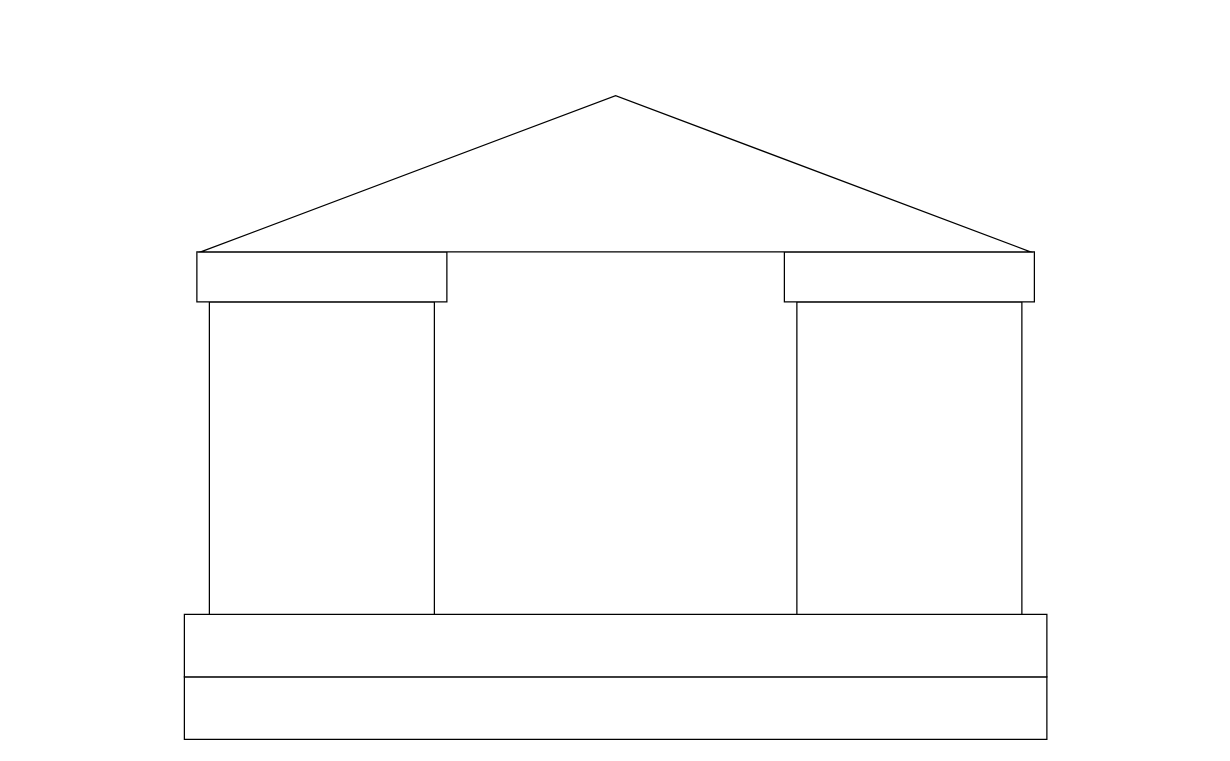
Before: House diagram.drawio in ariesharry/Diagrams, a draw.io diagram. Source tidied: cells renumbered, new cells numbered last; positions are measured from the earlier drawing's top-left corner, leaving out a move shared by most shapes. Both pictures are drawn from the tidied source at 125%, with x=0, y=0 at pixel (184, -241).
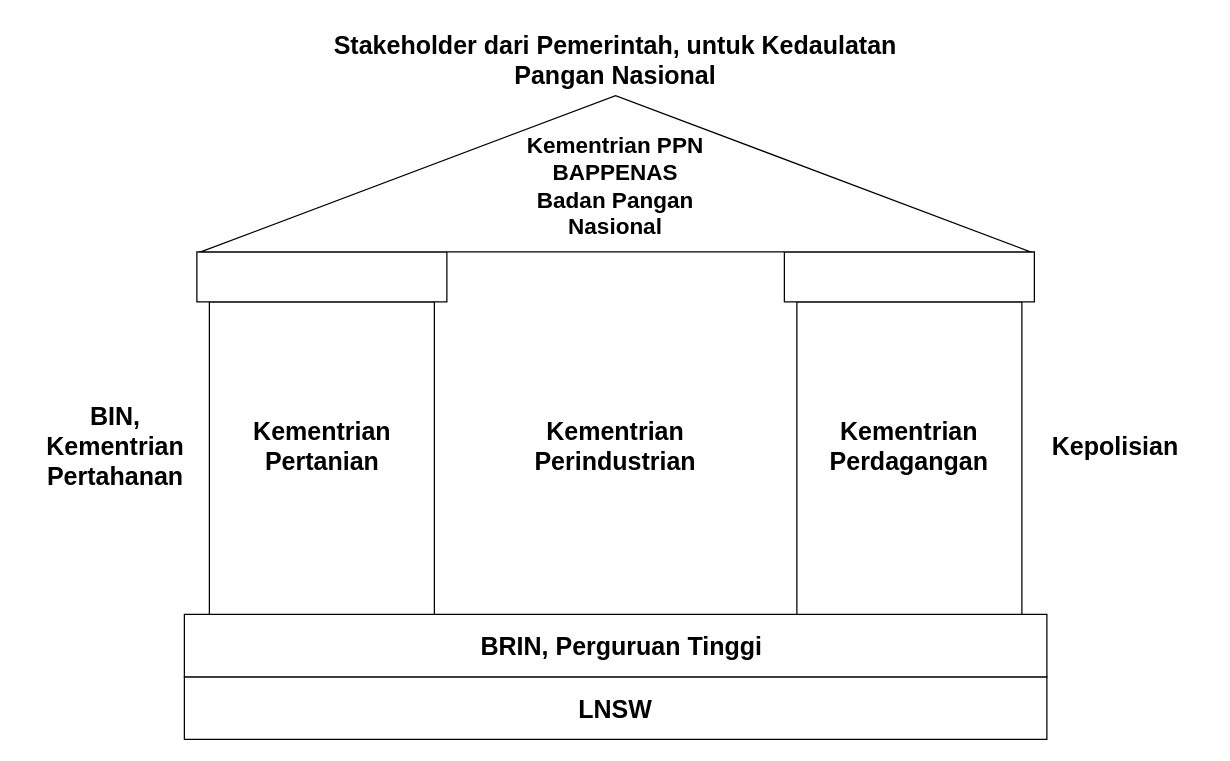
After the change.

The edit, as a diff of the source:
```diff
@@
 <mxGraphModel>
   <root>
     <mxCell id="0" />
     <mxCell id="1" parent="0" />
     <mxCell id="2" style="rounded=0;whiteSpace=wrap;html=1;" parent="1" vertex="1">
       <mxGeometry y="734" width="690" height="50" as="geometry" />
     </mxCell>
     <mxCell id="3" style="rounded=0;whiteSpace=wrap;html=1;" parent="1" vertex="1">
       <mxGeometry y="684" width="690" height="50" as="geometry" />
     </mxCell>
     <mxCell id="4" style="rounded=0;whiteSpace=wrap;html=1;" parent="1" vertex="1">
       <mxGeometry x="20" y="434" width="180" height="250" as="geometry" />
     </mxCell>
     <mxCell id="5" style="rounded=0;whiteSpace=wrap;html=1;" parent="1" vertex="1">
       <mxGeometry x="10" y="394" width="200" height="40" as="geometry" />
     </mxCell>
     <mxCell id="6" style="rounded=0;whiteSpace=wrap;html=1;" parent="1" vertex="1">
       <mxGeometry x="490" y="434" width="180" height="250" as="geometry" />
     </mxCell>
     <mxCell id="7" style="rounded=0;whiteSpace=wrap;html=1;" parent="1" vertex="1">
       <mxGeometry x="480" y="394" width="200" height="40" as="geometry" />
     </mxCell>
     <mxCell id="8" style="triangle;whiteSpace=wrap;html=1;rotation=-90;" parent="1" vertex="1">
       <mxGeometry x="282.5" y="-0.4" width="125" height="663.8" as="geometry" />
     </mxCell>
+    <mxCell id="9" value="BRIN, Perguruan Tinggi" style="text;html=1;strokeColor=none;fillColor=none;align=center;verticalAlign=middle;whiteSpace=wrap;rounded=0;fontStyle=1;fontSize=20;" parent="1" vertex="1">
+      <mxGeometry x="200" y="694" width="300" height="30" as="geometry" />
+    </mxCell>
+    <mxCell id="10" value="LNSW" style="text;html=1;strokeColor=none;fillColor=none;align=center;verticalAlign=middle;whiteSpace=wrap;rounded=0;fontStyle=1;fontSize=20;" parent="1" vertex="1">
+      <mxGeometry x="270" y="744" width="150" height="30" as="geometry" />
+    </mxCell>
+    <mxCell id="11" value="Kementrian PPN&lt;br style=&quot;font-size: 18px;&quot;&gt;BAPPENAS&lt;br style=&quot;font-size: 18px;&quot;&gt;Badan Pangan Nasional" style="text;html=1;strokeColor=none;fillColor=none;align=center;verticalAlign=middle;whiteSpace=wrap;rounded=0;fontStyle=1;fontSize=18;" parent="1" vertex="1">
+      <mxGeometry x="255" y="327" width="180" height="30" as="geometry" />
+    </mxCell>
+    <mxCell id="12" value="Kementrian Pertanian" style="text;html=1;strokeColor=none;fillColor=none;align=center;verticalAlign=middle;whiteSpace=wrap;rounded=0;fontStyle=1;fontSize=20;" parent="1" vertex="1">
+      <mxGeometry x="42.5" y="534" width="135" height="30" as="geometry" />
+    </mxCell>
+    <mxCell id="13" value="Kementrian Perindustrian" style="text;html=1;strokeColor=none;fillColor=none;align=center;verticalAlign=middle;whiteSpace=wrap;rounded=0;fontStyle=1;fontSize=20;" parent="1" vertex="1">
+      <mxGeometry x="270" y="534" width="150" height="30" as="geometry" />
+    </mxCell>
+    <mxCell id="14" value="Kementrian Perdagangan" style="text;html=1;strokeColor=none;fillColor=none;align=center;verticalAlign=middle;whiteSpace=wrap;rounded=0;fontStyle=1;fontSize=20;" parent="1" vertex="1">
+      <mxGeometry x="505" y="534" width="150" height="30" as="geometry" />
+    </mxCell>
+    <mxCell id="15" value="Stakeholder dari Pemerintah, untuk Kedaulatan Pangan Nasional" style="text;whiteSpace=wrap;html=1;fontSize=20;fontStyle=1;align=center;" parent="1" vertex="1">
+      <mxGeometry x="85" y="209.6" width="520" height="40" as="geometry" />
+    </mxCell>
+    <mxCell id="16" value="Kepolisian" style="text;html=1;strokeColor=none;fillColor=none;align=center;verticalAlign=middle;whiteSpace=wrap;rounded=0;fontStyle=1;fontSize=20;" parent="1" vertex="1">
+      <mxGeometry x="670" y="526.1" width="150" height="45.6" as="geometry" />
+    </mxCell>
+    <mxCell id="17" value="BIN, Kementrian Pertahanan" style="text;html=1;strokeColor=none;fillColor=none;align=center;verticalAlign=middle;whiteSpace=wrap;rounded=0;fontStyle=1;fontSize=20;" parent="1" vertex="1">
+      <mxGeometry x="-130" y="526.1" width="150" height="45.6" as="geometry" />
+    </mxCell>
   </root>
 </mxGraphModel>
```
